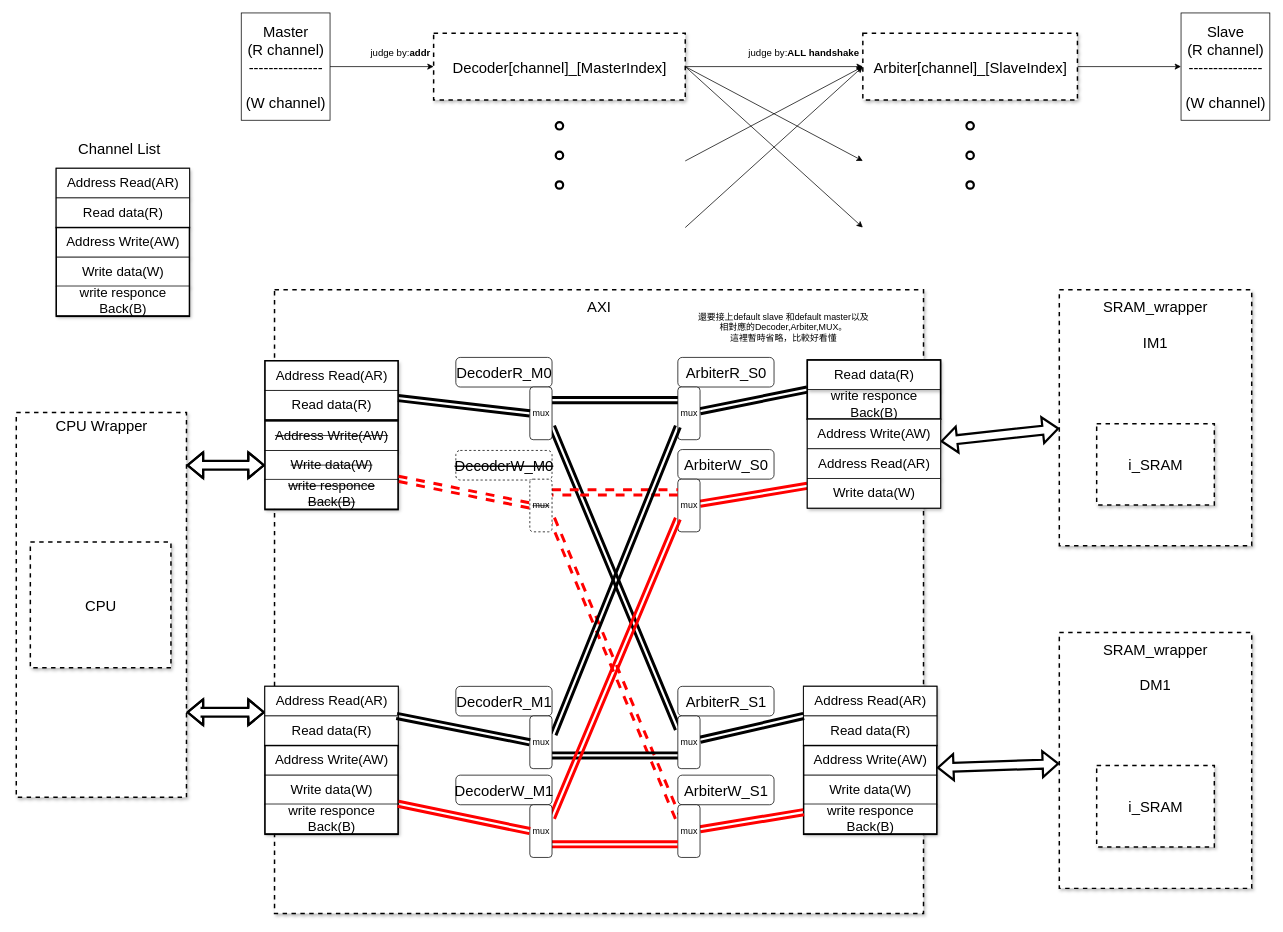
Before: hw2/AXI.drawio in cicero884/VLSI_system_design_2021, a draw.io diagram. Source tidied: cells renumbered, new cells numbered last; positions are measured from the earlier drawing's top-left corner, leaving out a move shared by most shapes. Both pictures are drawn from the tidied source at 74%, with x=0, y=0 at pixel (16, 13).
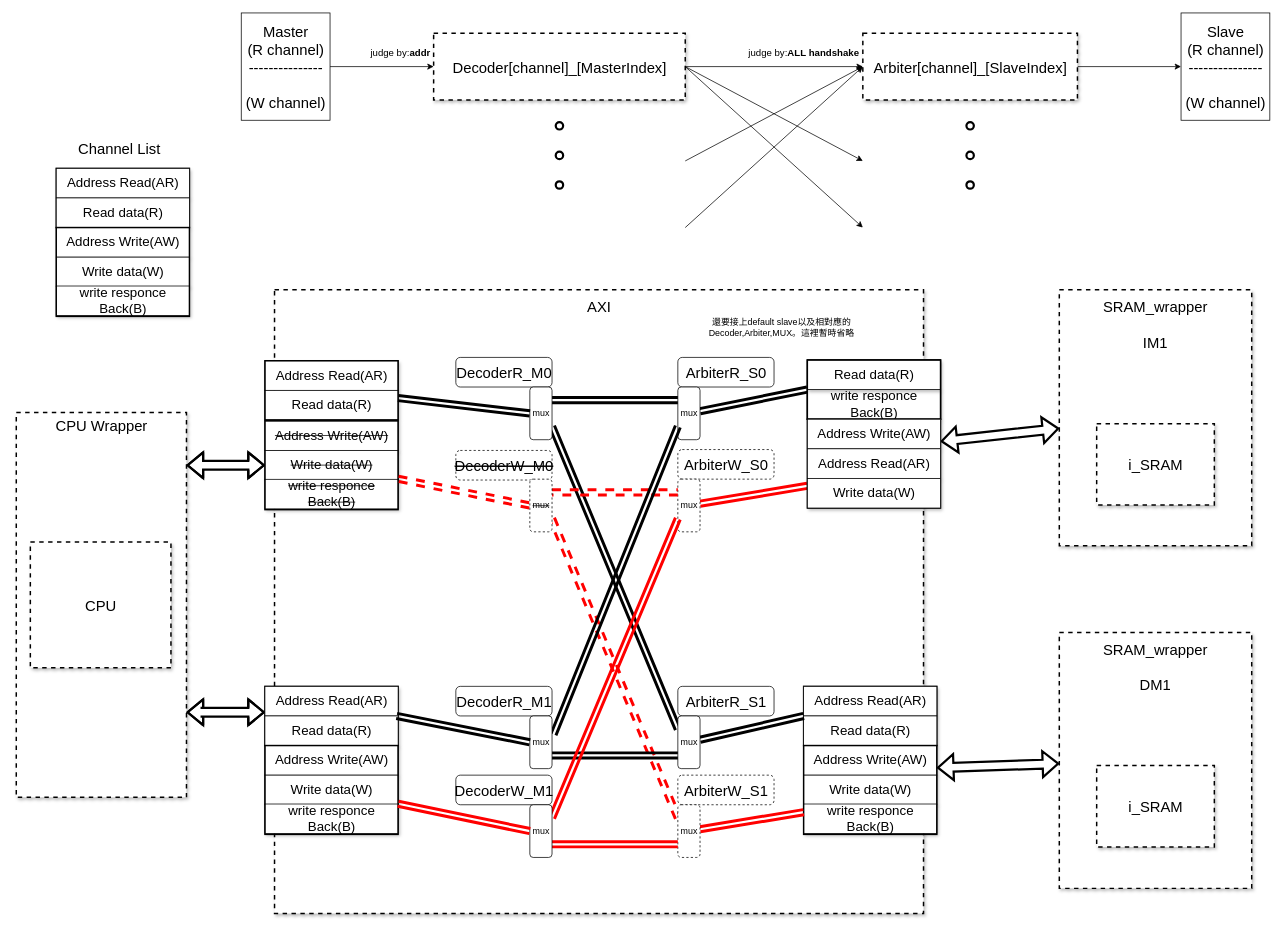
Above is the later version.

Commit message (it also covers changes not shown here):
Default slave,Wrapper remain

Unchanged cells that the change refers to:
```xml
<mxCell id="88" value="&lt;strike&gt;mux&lt;/strike&gt;" style="rounded=1;whiteSpace=wrap;html=1;dashed=1;" parent="1" vertex="1">
  <mxGeometry x="694.5" y="630" width="30" height="71.2" as="geometry" />
</mxCell>
```

Change to the diagram source:
```diff
@@
-    <mxCell id="33" value="&lt;font style=&quot;font-size: 20px&quot;&gt;ArbiterW_S0&lt;/font&gt;" style="rounded=1;whiteSpace=wrap;html=1;verticalAlign=middle;" parent="1" vertex="1">
+    <mxCell id="33" value="&lt;font style=&quot;font-size: 20px&quot;&gt;ArbiterW_S0&lt;/font&gt;" style="rounded=1;whiteSpace=wrap;html=1;verticalAlign=middle;dashed=1;" parent="1" vertex="1">
       <mxGeometry x="894.5" y="590" width="130" height="40" as="geometry" />
     </mxCell>
@@
-    <mxCell id="35" value="&lt;font style=&quot;font-size: 20px&quot;&gt;ArbiterW_S1&lt;/font&gt;" style="rounded=1;whiteSpace=wrap;html=1;verticalAlign=middle;" parent="1" vertex="1">
+    <mxCell id="35" value="&lt;font style=&quot;font-size: 20px&quot;&gt;ArbiterW_S1&lt;/font&gt;" style="rounded=1;whiteSpace=wrap;html=1;verticalAlign=middle;dashed=1;" parent="1" vertex="1">
       <mxGeometry x="894.5" y="1030" width="130" height="40" as="geometry" />
     </mxCell>
@@
-    <mxCell id="85" value="mux" style="rounded=1;whiteSpace=wrap;html=1;" parent="1" vertex="1">
+    <mxCell id="85" value="mux" style="rounded=1;whiteSpace=wrap;html=1;dashed=1;" parent="1" vertex="1">
       <mxGeometry x="894.5" y="630" width="30" height="71.2" as="geometry" />
     </mxCell>
-    <mxCell id="86" style="edgeStyle=none;shape=link;rounded=0;jettySize=auto;html=1;entryX=0;entryY=0.25;entryDx=0;entryDy=0;startSize=18;endSize=19;strokeWidth=4;exitX=1;exitY=0.25;exitDx=0;exitDy=0;dashed=1;fillColor=#a20025;strokeColor=#FF0000;" parent="1" edge="1" source="88" target="85">
+    <mxCell id="86" style="edgeStyle=none;shape=link;rounded=0;jettySize=auto;html=1;entryX=0;entryY=0.25;entryDx=0;entryDy=0;startSize=18;endSize=19;strokeWidth=4;exitX=1;exitY=0.25;exitDx=0;exitDy=0;fillColor=#a20025;strokeColor=#FF0000;dashed=1;" parent="1" edge="1" source="88" target="85">
       <mxGeometry relative="1" as="geometry" />
     </mxCell>
-    <mxCell id="87" style="edgeStyle=none;shape=link;rounded=0;jettySize=auto;html=1;entryX=0;entryY=0.25;entryDx=0;entryDy=0;startSize=18;endSize=19;strokeWidth=4;exitX=1;exitY=0.75;exitDx=0;exitDy=0;dashed=1;fillColor=#a20025;strokeColor=#FF0000;" parent="1" edge="1" source="88" target="92">
+    <mxCell id="87" style="edgeStyle=none;shape=link;rounded=0;jettySize=auto;html=1;entryX=0;entryY=0.25;entryDx=0;entryDy=0;startSize=18;endSize=19;strokeWidth=4;exitX=1;exitY=0.75;exitDx=0;exitDy=0;fillColor=#a20025;strokeColor=#FF0000;dashed=1;" parent="1" edge="1" source="88" target="92">
       <mxGeometry relative="1" as="geometry" />
     </mxCell>
@@
-    <mxCell id="92" value="mux" style="rounded=1;whiteSpace=wrap;html=1;" parent="1" vertex="1">
+    <mxCell id="92" value="mux" style="rounded=1;whiteSpace=wrap;html=1;dashed=1;" parent="1" vertex="1">
       <mxGeometry x="894.5" y="1070" width="30" height="71.2" as="geometry" />
     </mxCell>
@@
-    <mxCell id="115" value="還要接上default slave 和default master以及相對應的Decoder,Arbiter,MUX。&lt;br&gt;這裡暫時省略，比較好看懂" style="text;html=1;align=center;verticalAlign=middle;whiteSpace=wrap;rounded=0;dashed=1;" parent="1" vertex="1">
-      <mxGeometry x="919.5" y="400" width="235" height="50" as="geometry" />
+    <mxCell id="115" value="還要接上default slave以及相對應的Decoder,Arbiter,MUX。這裡暫時省略" style="text;html=1;align=center;verticalAlign=middle;whiteSpace=wrap;rounded=0;dashed=1;" parent="1" vertex="1">
+      <mxGeometry x="890" y="400" width="290" height="50" as="geometry" />
     </mxCell>
```
